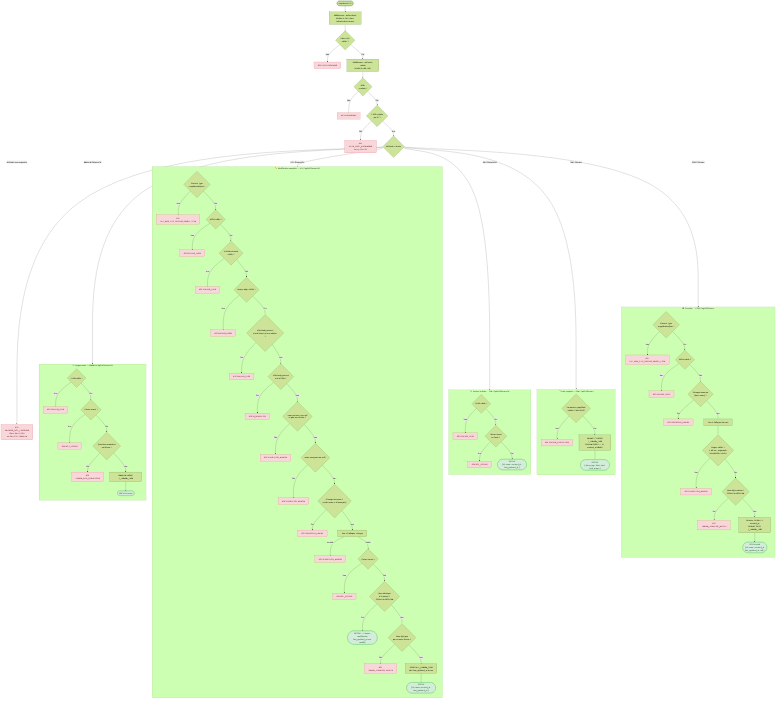
ODehel/quiz-live-server keeps this Mermaid diagram as docs/specs/diagrams/US-004-themes-crud.png. Above is the earlier version. Its source is kept beside it as docs/specs/diagrams/US-004-themes-crud.mmd.
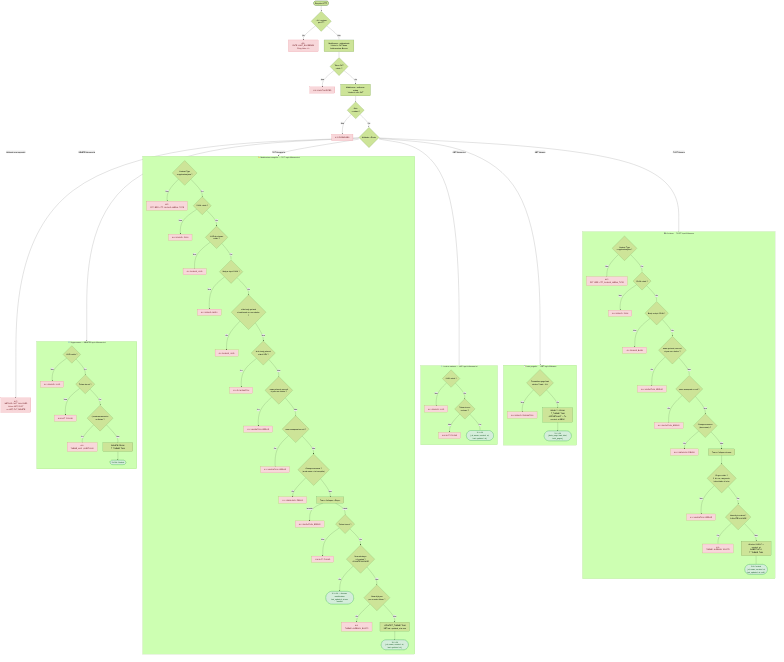
Above is the later version.

Diff of the diagram source:
```diff
@@ -1,14 +1,14 @@
 %%{init: {"theme": "forest", "flowchart": {"curve": "basis"}}}%%
 flowchart TD
-    REQ(["Requête HTTP"]) --> MW_AUTH["Middleware : authenticate\nVérifier le JWT dans Authorization: Bearer"]
+    REQ(["Requête HTTP"]) --> MW_RL{"> 100 req/min\npar IP ?"}
+    MW_RL -->|"Oui"| E429["429 RATE_LIMIT_EXCEEDED\nRetry-After: 60"]
+    MW_RL -->|"Non"| MW_AUTH["Middleware : authenticate\nVérifier le JWT dans Authorization: Bearer"]
     MW_AUTH --> AUTH_OK{"Token JWT\nvalide ?"}
     AUTH_OK -->|"Non"| E401["401 UNAUTHORIZED"]
     AUTH_OK -->|"Oui"| MW_ROLE["Middleware : authorize admin\nVérifier le rôle JWT"]
     MW_ROLE --> ROLE_OK{"Rôle\n= admin ?"}
     ROLE_OK -->|"Non"| E403["403 FORBIDDEN"]
-    ROLE_OK -->|"Oui"| MW_RL{"> 100 req/min\npar IP ?"}
-    MW_RL -->|"Oui"| E429["429 RATE_LIMIT_EXCEEDED\nRetry-After: 60"]
-    MW_RL -->|"Non"| ROUTE{"Méthode + Route"}
+    ROLE_OK -->|"Oui"| ROUTE{"Méthode + Route"}
     ROUTE -->|"Méthode non supportée"| E405["405 METHOD_NOT_ALLOWED\nAllow: GET, POST\nou GET, PUT, DELETE"]
     ROUTE -->|"POST /themes"| POST_CT
     ROUTE -->|"GET /themes"| LIST_PG
@@ -22,7 +22,13 @@
         POST_CT -->|"Non"| PE415["415 FST_ERR_CTP_INVALID_MEDIA_TYPE"]
         POST_CT -->|"Oui"| POST_JSON{"JSON valide ?"}
         POST_JSON -->|"Non"| PE400a["400 INVALID_JSON"]
-        POST_JSON -->|"Oui"| POST_UF{"Champs inconnus\n(hors name) ?"}
+        POST_JSON -->|"Oui"| POST_OBJ{"Body = objet JSON ?"}
+        POST_OBJ -->|"Non"| PE400o["400 INVALID_BODY"]
+        POST_OBJ -->|"Oui"| POST_TYP{"name présent, non null\net pas une chaîne ?"}
+        POST_TYP -->|"Oui"| PE400t["400 VALIDATION_ERROR"]
+        POST_TYP -->|"Non"| POST_MIS{"name manquant ou null ?"}
+        POST_MIS -->|"Oui"| PE400m["400 VALIDATION_ERROR"]
+        POST_MIS -->|"Non"| POST_UF{"Champs inconnus\n(hors name) ?"}
         POST_UF -->|"Oui"| PE400b["400 UNKNOWN_FIELDS"]
         POST_UF -->|"Non"| POST_NORM["Trim + Collapse du nom"]
         POST_NORM --> POST_REGEX{"Regex valide ?\n3–40 car., majuscule,\nlettre/chiffre à la fin"}
@@ -97,7 +103,7 @@
     classDef error fill:#f8d7da,stroke:#dc3545,color:#721c24
     classDef success fill:#d4edda,stroke:#28a745,color:#155724
     class E401,E403,E405,E429 error
-    class PE415,PE400a,PE400b,PE400c,PE409 error
+    class PE415,PE400a,PE400b,PE400c,PE409,PE400o,PE400t,PE400m error
     class LE400 error
     class RE400,RE404 error
     class PUE400a,PUE404,PUE415,PUE400b,PUE400c,PUE400d,PUE400e,PUE409,PUE400o,PUE400i,PUE400t,PUE400m error
```
